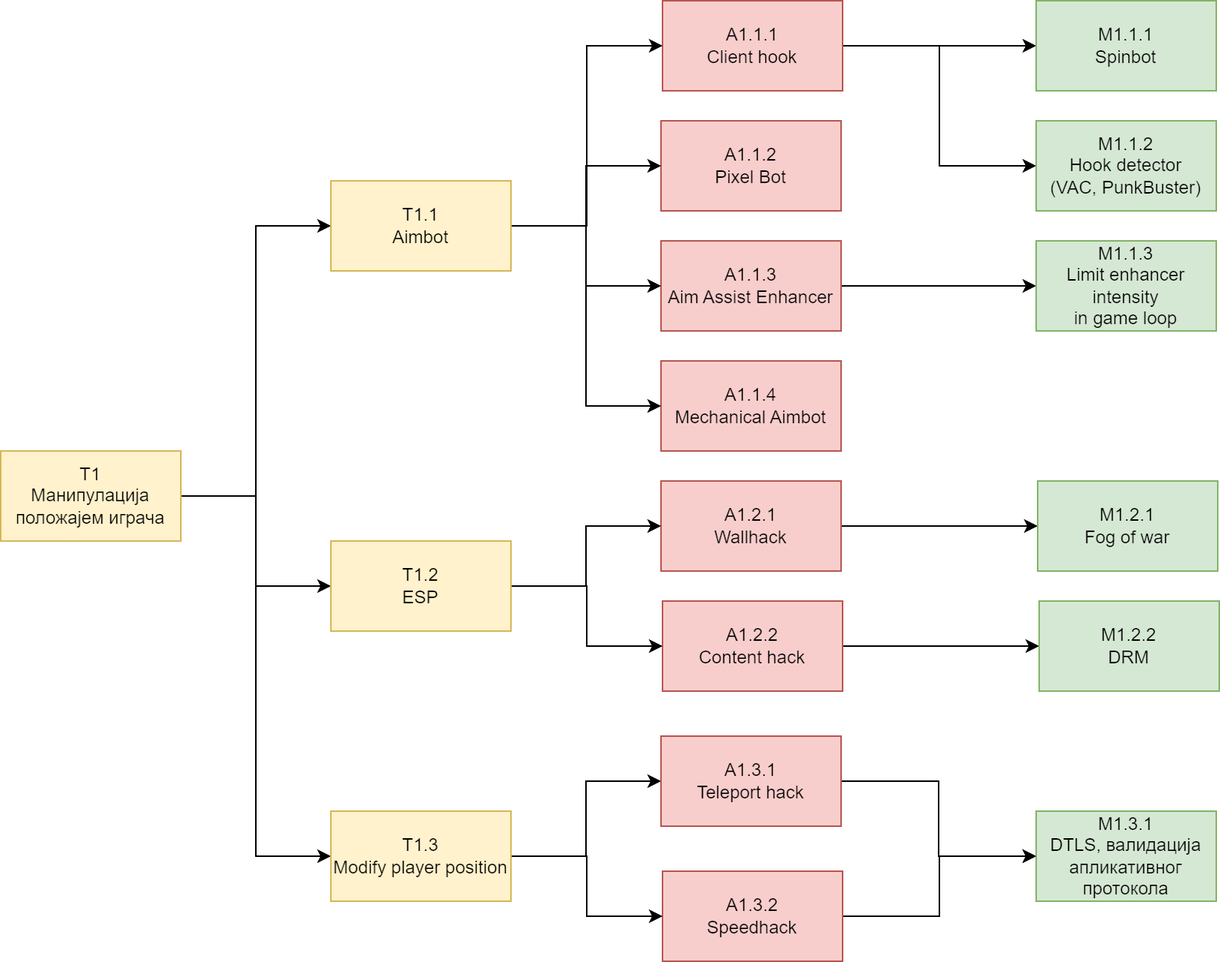
Above: fps/threat_decomposition.drawio.png in magley/game-threat-model (draw.io), before the change. Source tidied: cells renumbered, new cells last; positions are measured from the earlier drawing's top-left corner, leaving out a move shared by most shapes.
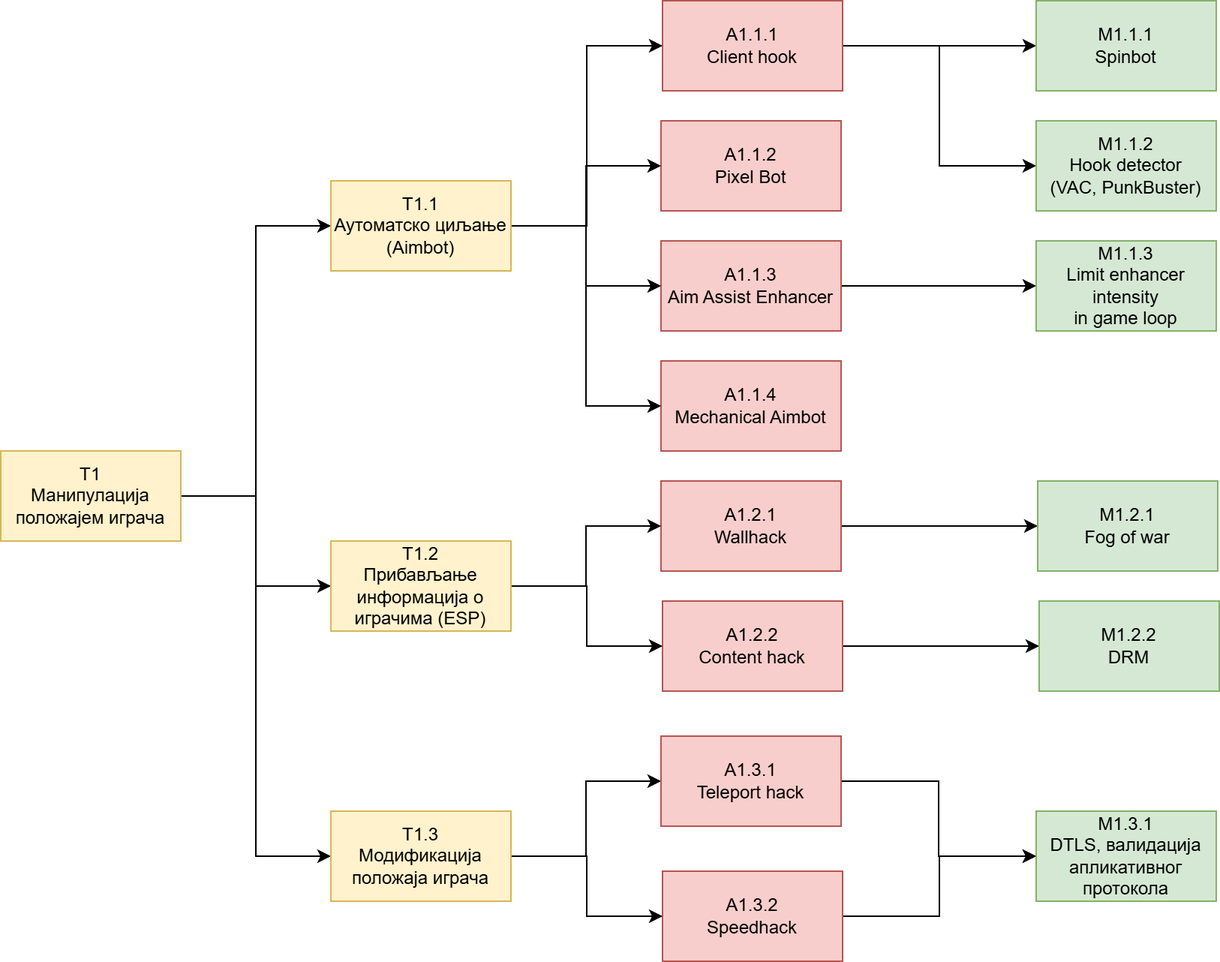
The same file after the commit.

Change to the diagram source:
```diff
@@ -83,7 +83,7 @@
     <mxCell id="28" style="edgeStyle=orthogonalEdgeStyle;rounded=0;jettySize=auto;html=1;exitX=1;exitY=0.5;exitDx=0;exitDy=0;entryX=0;entryY=0.5;entryDx=0;entryDy=0;" parent="1" edge="1" source="29" target="14">
       <mxGeometry relative="1" as="geometry" />
     </mxCell>
-    <mxCell id="29" value="T1.1&lt;div&gt;Aimbot&lt;/div&gt;" style="rounded=0;whiteSpace=wrap;html=1;fillColor=#fff2cc;strokeColor=#d6b656;" parent="1" vertex="1">
+    <mxCell id="29" value="T1.1&lt;div&gt;Аутоматско циљање (Aimbot)&lt;/div&gt;" style="rounded=0;whiteSpace=wrap;html=1;fillColor=#fff2cc;strokeColor=#d6b656;" parent="1" vertex="1">
       <mxGeometry x="220" y="120" width="120" height="60" as="geometry" />
     </mxCell>
     <mxCell id="30" style="edgeStyle=orthogonalEdgeStyle;rounded=0;jettySize=auto;html=1;entryX=0;entryY=0.5;entryDx=0;entryDy=0;" parent="1" edge="1" source="32" target="7">
@@ -92,7 +92,7 @@
     <mxCell id="31" style="edgeStyle=orthogonalEdgeStyle;rounded=0;jettySize=auto;html=1;exitX=1;exitY=0.5;exitDx=0;exitDy=0;entryX=0;entryY=0.5;entryDx=0;entryDy=0;" parent="1" edge="1" source="32" target="19">
       <mxGeometry relative="1" as="geometry" />
     </mxCell>
-    <mxCell id="32" value="T1.2&lt;div&gt;ESP&lt;/div&gt;" style="rounded=0;whiteSpace=wrap;html=1;fillColor=#fff2cc;strokeColor=#d6b656;" parent="1" vertex="1">
+    <mxCell id="32" value="T1.2&lt;div&gt;Прибављање информација о играчима (ESP)&lt;/div&gt;" style="rounded=0;whiteSpace=wrap;html=1;fillColor=#fff2cc;strokeColor=#d6b656;" parent="1" vertex="1">
       <mxGeometry x="220" y="360" width="120" height="60" as="geometry" />
     </mxCell>
     <mxCell id="33" style="edgeStyle=orthogonalEdgeStyle;rounded=0;jettySize=auto;html=1;entryX=0;entryY=0.5;entryDx=0;entryDy=0;" parent="1" edge="1" source="35" target="37">
@@ -101,7 +101,7 @@
     <mxCell id="34" style="edgeStyle=orthogonalEdgeStyle;rounded=0;jettySize=auto;html=1;entryX=0;entryY=0.5;entryDx=0;entryDy=0;" parent="1" edge="1" source="35" target="16">
       <mxGeometry relative="1" as="geometry" />
     </mxCell>
-    <mxCell id="35" value="T1.3&lt;div&gt;Modify player position&lt;/div&gt;" style="rounded=0;whiteSpace=wrap;html=1;fillColor=#fff2cc;strokeColor=#d6b656;" parent="1" vertex="1">
+    <mxCell id="35" value="T1.3&lt;div&gt;Модификација положаја играча&lt;/div&gt;" style="rounded=0;whiteSpace=wrap;html=1;fillColor=#fff2cc;strokeColor=#d6b656;" parent="1" vertex="1">
       <mxGeometry x="220" y="540" width="120" height="60" as="geometry" />
     </mxCell>
     <mxCell id="36" style="edgeStyle=orthogonalEdgeStyle;rounded=0;jettySize=auto;html=1;exitX=1;exitY=0.5;exitDx=0;exitDy=0;entryX=0;entryY=0.5;entryDx=0;entryDy=0;" parent="1" edge="1" source="37" target="24">
```
